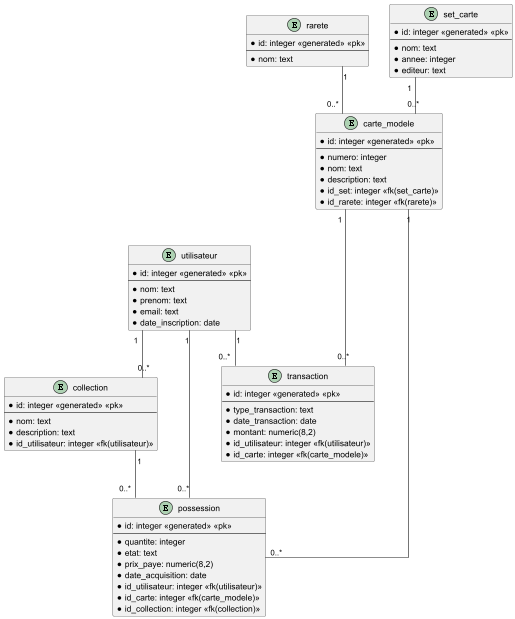
Earlier version of the PlantUML export diagrammes/collection_cartes_physique.png (Youriski/collection_cartes_bd).
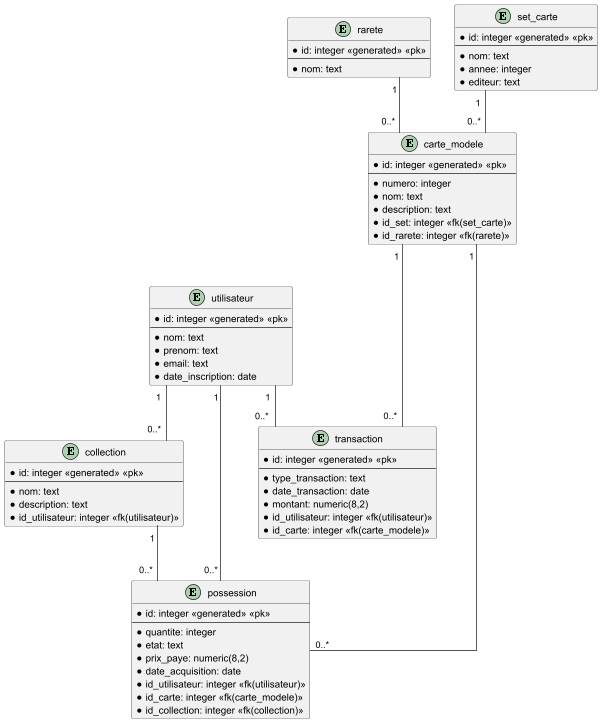
The same file after the commit.

Diff of the diagram source:
```diff
@@ -64,15 +64,15 @@
     * id_carte: integer <<fk(carte_modele)>>
 }
 
-utilisateur "1" -- "0..*" collection
-utilisateur "1" -- "0..*" possession
-collection "1" -- "0..*" possession
+utilisateur "1" -- "0..*     " collection
+utilisateur "1 " -- "0..* " possession
+collection "1    " -- "0..*" possession
 
-rarete "1" -- "0..*" carte_modele
-set_carte "1" -- "0..*" carte_modele
+rarete "1   " -- "0..*" carte_modele
+set_carte " 1" -- "0..*   " carte_modele
 
-carte_modele "1" ---- "0..*" possession
-utilisateur "1" -- "0..*" transaction
-carte_modele "1" -- "0..*" transaction
+carte_modele "1  " ---- "0..*" possession
+utilisateur "1    " -- "0..*" transaction
+carte_modele "1" -- "0..*    " transaction
 
 @enduml
```
